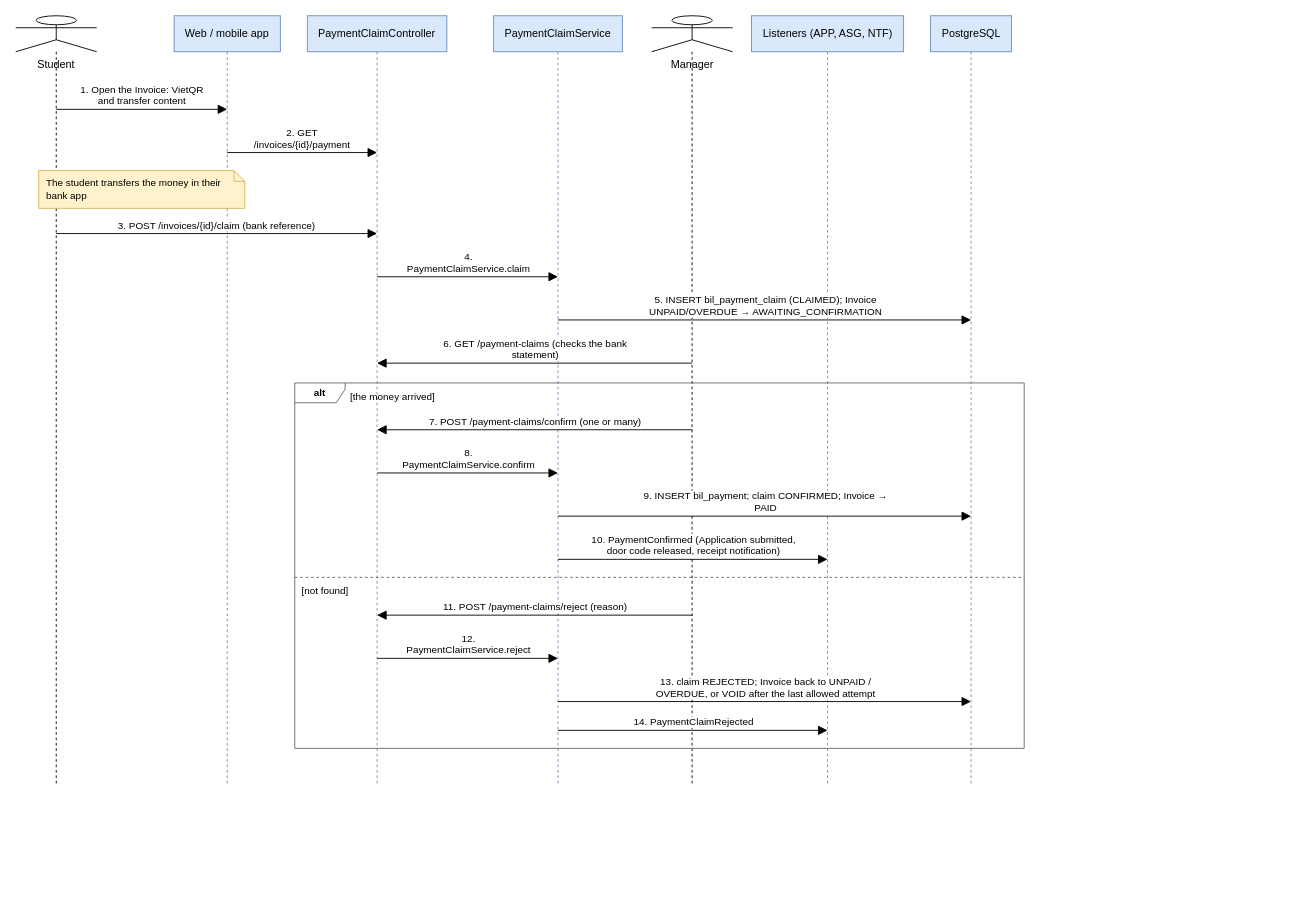
Above: docs/Diagrams/07_Sequence/seq-04-payment-claim.drawio in tisou47/CampusStay-FPT (draw.io), before the change. Source tidied: cells renumbered, new cells numbered last; positions are measured from the earlier drawing's top-left corner, leaving out a move shared by most shapes. Both pictures are drawn from the tidied source at 90%, with x=0, y=0 at pixel (15, 15).
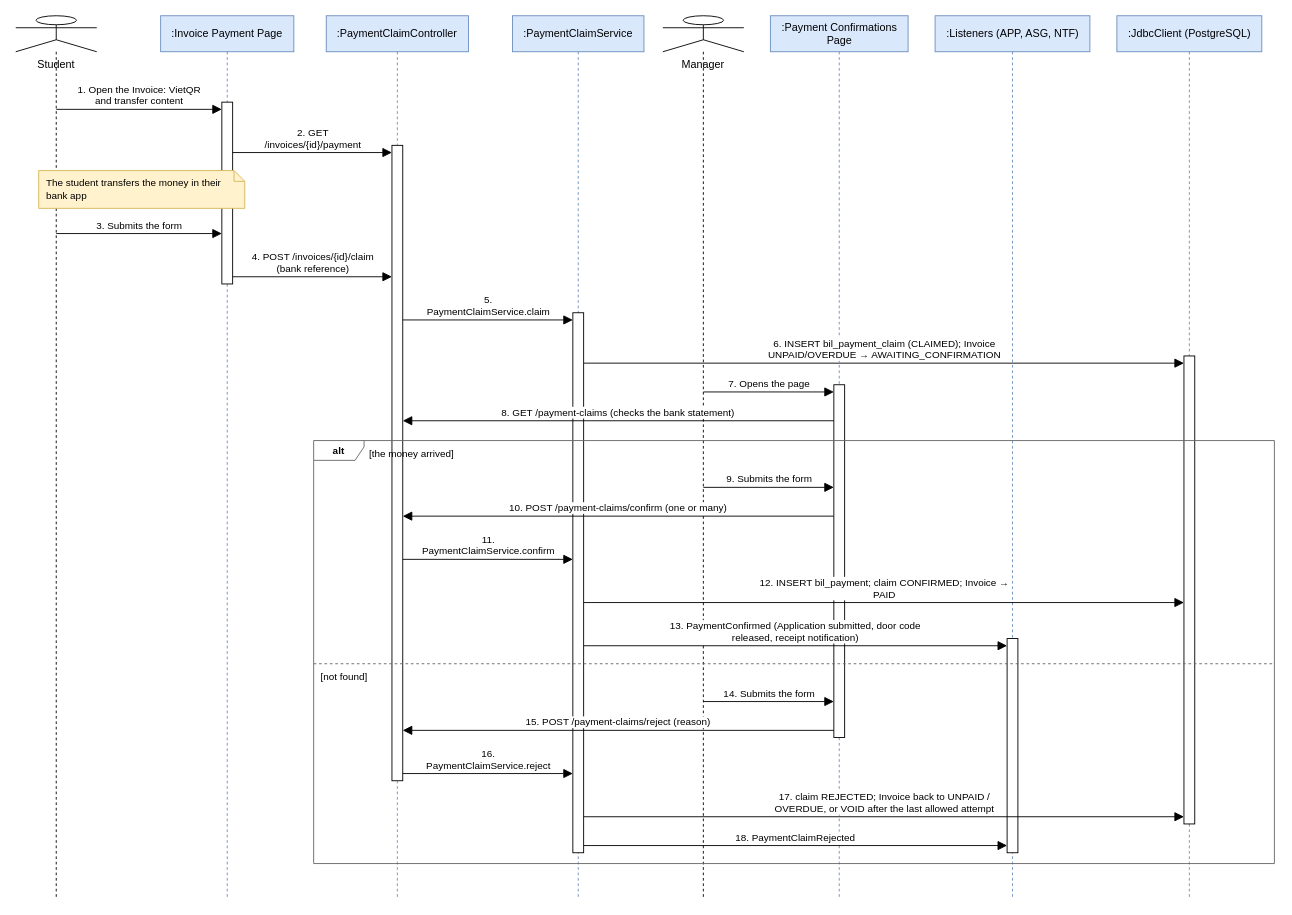
The same diagram, later.

Diff of the diagram source:
```diff
@@
     <mxCell id="2" value="Student" style="shape=umlLifeline;participant=umlActor;perimeter=lifelinePerimeter;size=40;verticalAlign=top;spacingTop=40;html=1;whiteSpace=wrap;fontSize=12;fontFamily=Helvetica;" parent="1" vertex="1">
-      <mxGeometry width="90" height="854" as="geometry" />
+      <mxGeometry width="90" height="982" as="geometry" />
     </mxCell>
-    <mxCell id="3" value="Web / mobile app" style="shape=umlLifeline;perimeter=lifelinePerimeter;size=40;html=1;whiteSpace=wrap;fontSize=12;fontFamily=Helvetica;fillColor=#dae8fc;strokeColor=#6c8ebf;" parent="1" vertex="1">
-      <mxGeometry x="176" width="118" height="854" as="geometry" />
-    </mxCell>
+    <mxCell id="28" value=":Invoice Payment Page" style="shape=umlLifeline;perimeter=lifelinePerimeter;size=40;html=1;whiteSpace=wrap;fontSize=12;fontFamily=Helvetica;fillColor=#dae8fc;strokeColor=#6c8ebf;" parent="1" vertex="1">
+      <mxGeometry x="161" width="148" height="982" as="geometry" />
+    </mxCell>
-    <mxCell id="4" value="PaymentClaimController" style="shape=umlLifeline;perimeter=lifelinePerimeter;size=40;html=1;whiteSpace=wrap;fontSize=12;fontFamily=Helvetica;fillColor=#dae8fc;strokeColor=#6c8ebf;" parent="1" vertex="1">
-      <mxGeometry x="324" width="155" height="854" as="geometry" />
+    <mxCell id="4" value=":PaymentClaimController" style="shape=umlLifeline;perimeter=lifelinePerimeter;size=40;html=1;whiteSpace=wrap;fontSize=12;fontFamily=Helvetica;fillColor=#dae8fc;strokeColor=#6c8ebf;" parent="1" vertex="1">
+      <mxGeometry x="345" width="158" height="982" as="geometry" />
     </mxCell>
-    <mxCell id="5" value="PaymentClaimService" style="shape=umlLifeline;perimeter=lifelinePerimeter;size=40;html=1;whiteSpace=wrap;fontSize=12;fontFamily=Helvetica;fillColor=#dae8fc;strokeColor=#6c8ebf;" parent="1" vertex="1">
-      <mxGeometry x="531" width="143" height="854" as="geometry" />
+    <mxCell id="5" value=":PaymentClaimService" style="shape=umlLifeline;perimeter=lifelinePerimeter;size=40;html=1;whiteSpace=wrap;fontSize=12;fontFamily=Helvetica;fillColor=#dae8fc;strokeColor=#6c8ebf;" parent="1" vertex="1">
+      <mxGeometry x="552" width="146" height="982" as="geometry" />
     </mxCell>
     <mxCell id="6" value="Manager" style="shape=umlLifeline;participant=umlActor;perimeter=lifelinePerimeter;size=40;verticalAlign=top;spacingTop=40;html=1;whiteSpace=wrap;fontSize=12;fontFamily=Helvetica;" parent="1" vertex="1">
-      <mxGeometry x="706.5" width="90" height="854" as="geometry" />
+      <mxGeometry x="719" width="90" height="982" as="geometry" />
     </mxCell>
+    <mxCell id="29" value=":Payment Confirmations&lt;br&gt;Page" style="shape=umlLifeline;perimeter=lifelinePerimeter;size=40;html=1;whiteSpace=wrap;fontSize=12;fontFamily=Helvetica;fillColor=#dae8fc;strokeColor=#6c8ebf;" parent="1" vertex="1">
+      <mxGeometry x="838.5" width="153" height="982" as="geometry" />
+    </mxCell>
-    <mxCell id="7" value="Listeners (APP, ASG, NTF)" style="shape=umlLifeline;perimeter=lifelinePerimeter;size=40;html=1;whiteSpace=wrap;fontSize=12;fontFamily=Helvetica;fillColor=#dae8fc;strokeColor=#6c8ebf;" parent="1" vertex="1">
-      <mxGeometry x="817.5" width="169" height="854" as="geometry" />
+    <mxCell id="7" value=":Listeners (APP, ASG, NTF)" style="shape=umlLifeline;perimeter=lifelinePerimeter;size=40;html=1;whiteSpace=wrap;fontSize=12;fontFamily=Helvetica;fillColor=#dae8fc;strokeColor=#6c8ebf;" parent="1" vertex="1">
+      <mxGeometry x="1021.5" width="172" height="982" as="geometry" />
     </mxCell>
-    <mxCell id="8" value="PostgreSQL" style="shape=umlLifeline;perimeter=lifelinePerimeter;size=40;html=1;whiteSpace=wrap;fontSize=12;fontFamily=Helvetica;fillColor=#dae8fc;strokeColor=#6c8ebf;" parent="1" vertex="1">
-      <mxGeometry x="1016.5" width="90" height="854" as="geometry" />
+    <mxCell id="8" value=":JdbcClient (PostgreSQL)" style="shape=umlLifeline;perimeter=lifelinePerimeter;size=40;html=1;whiteSpace=wrap;fontSize=12;fontFamily=Helvetica;fillColor=#dae8fc;strokeColor=#6c8ebf;" parent="1" vertex="1">
+      <mxGeometry x="1223.5" width="161" height="982" as="geometry" />
     </mxCell>
-    <mxCell id="9" value="1. Open the Invoice: VietQR&lt;br&gt;and transfer content" style="html=1;rounded=1;fontSize=11;fontFamily=Helvetica;labelBackgroundColor=#ffffff;verticalAlign=bottom;endArrow=block;endFill=1;endSize=8;" parent="1" edge="1">
-      <mxGeometry relative="1" as="geometry">
-        <mxPoint x="45" y="104" as="sourcePoint" />
-        <mxPoint x="235" y="104" as="targetPoint" />
-      </mxGeometry>
+    <mxCell id="9" style="rounded=0;whiteSpace=wrap;html=1;fillColor=#FFFFFF;strokeColor=#000000;" parent="1" vertex="1">
+      <mxGeometry x="229" y="96" width="12" height="202" as="geometry" />
     </mxCell>
-    <mxCell id="10" value="2. GET&lt;br&gt;/invoices/{id}/payment" style="html=1;rounded=1;fontSize=11;fontFamily=Helvetica;labelBackgroundColor=#ffffff;verticalAlign=bottom;endArrow=block;endFill=1;endSize=8;" parent="1" edge="1">
-      <mxGeometry relative="1" as="geometry">
-        <mxPoint x="235" y="152" as="sourcePoint" />
-        <mxPoint x="401.5" y="152" as="targetPoint" />
-      </mxGeometry>
+    <mxCell id="10" style="rounded=0;whiteSpace=wrap;html=1;fillColor=#FFFFFF;strokeColor=#000000;" parent="1" vertex="1">
+      <mxGeometry x="418" y="144" width="12" height="706" as="geometry" />
     </mxCell>
-    <mxCell id="11" value="The student transfers the money in their&lt;br&gt;bank app" style="shape=note;size=12;html=1;whiteSpace=wrap;fontSize=12;fontFamily=Helvetica;fillColor=#fff2cc;strokeColor=#d6b656;fontSize=11;align=left;spacingLeft=6;" parent="1" vertex="1">
-      <mxGeometry x="25.5" y="172" width="229" height="42" as="geometry" />
+    <mxCell id="11" style="rounded=0;whiteSpace=wrap;html=1;fillColor=#FFFFFF;strokeColor=#000000;" parent="1" vertex="1">
+      <mxGeometry x="619" y="330" width="12" height="600" as="geometry" />
     </mxCell>
-    <mxCell id="12" value="3. POST /invoices/{id}/claim (bank reference)" style="html=1;rounded=1;fontSize=11;fontFamily=Helvetica;labelBackgroundColor=#ffffff;verticalAlign=bottom;endArrow=block;endFill=1;endSize=8;" parent="1" edge="1">
-      <mxGeometry relative="1" as="geometry">
-        <mxPoint x="45" y="242" as="sourcePoint" />
-        <mxPoint x="401.5" y="242" as="targetPoint" />
-      </mxGeometry>
+    <mxCell id="12" style="rounded=0;whiteSpace=wrap;html=1;fillColor=#FFFFFF;strokeColor=#000000;" parent="1" vertex="1">
+      <mxGeometry x="1298" y="378" width="12" height="520" as="geometry" />
     </mxCell>
-    <mxCell id="13" value="4.&lt;br&gt;PaymentClaimService.claim" style="html=1;rounded=1;fontSize=11;fontFamily=Helvetica;labelBackgroundColor=#ffffff;verticalAlign=bottom;endArrow=block;endFill=1;endSize=8;" parent="1" edge="1">
-      <mxGeometry relative="1" as="geometry">
-        <mxPoint x="401.5" y="290" as="sourcePoint" />
-        <mxPoint x="602.5" y="290" as="targetPoint" />
-      </mxGeometry>
+    <mxCell id="13" style="rounded=0;whiteSpace=wrap;html=1;fillColor=#FFFFFF;strokeColor=#000000;" parent="1" vertex="1">
+      <mxGeometry x="909" y="410" width="12" height="392" as="geometry" />
     </mxCell>
-    <mxCell id="14" value="5. INSERT bil_payment_claim (CLAIMED); Invoice&lt;br&gt;UNPAID/OVERDUE → AWAITING_CONFIRMATION" style="html=1;rounded=1;fontSize=11;fontFamily=Helvetica;labelBackgroundColor=#ffffff;verticalAlign=bottom;endArrow=block;endFill=1;endSize=8;" parent="1" edge="1">
-      <mxGeometry relative="1" as="geometry">
-        <mxPoint x="602.5" y="338" as="sourcePoint" />
-        <mxPoint x="1061.5" y="338" as="targetPoint" />
-      </mxGeometry>
+    <mxCell id="14" style="rounded=0;whiteSpace=wrap;html=1;fillColor=#FFFFFF;strokeColor=#000000;" parent="1" vertex="1">
+      <mxGeometry x="1101.5" y="692" width="12" height="238" as="geometry" />
     </mxCell>
-    <mxCell id="15" value="6. GET /payment-claims (checks the bank&lt;br&gt;statement)" style="html=1;rounded=1;fontSize=11;fontFamily=Helvetica;labelBackgroundColor=#ffffff;verticalAlign=bottom;endArrow=block;endFill=1;endSize=8;" parent="1" edge="1">
+    <mxCell id="15" value="1. Open the Invoice: VietQR&lt;br&gt;and transfer content" style="html=1;rounded=1;fontSize=11;fontFamily=Helvetica;labelBackgroundColor=#ffffff;verticalAlign=bottom;endArrow=block;endFill=1;endSize=8;" parent="1" edge="1">
       <mxGeometry relative="1" as="geometry">
-        <mxPoint x="751.5" y="386" as="sourcePoint" />
-        <mxPoint x="401.5" y="386" as="targetPoint" />
+        <mxPoint x="45" y="104" as="sourcePoint" />
+        <mxPoint x="229" y="104" as="targetPoint" />
       </mxGeometry>
     </mxCell>
-    <mxCell id="16" value="7. POST /payment-claims/confirm (one or many)" style="html=1;rounded=1;fontSize=11;fontFamily=Helvetica;labelBackgroundColor=#ffffff;verticalAlign=bottom;endArrow=block;endFill=1;endSize=8;" parent="1" edge="1">
+    <mxCell id="16" value="2. GET&lt;br&gt;/invoices/{id}/payment" style="html=1;rounded=1;fontSize=11;fontFamily=Helvetica;labelBackgroundColor=#ffffff;verticalAlign=bottom;endArrow=block;endFill=1;endSize=8;" parent="1" edge="1">
       <mxGeometry relative="1" as="geometry">
-        <mxPoint x="751.5" y="460" as="sourcePoint" />
-        <mxPoint x="401.5" y="460" as="targetPoint" />
+        <mxPoint x="241" y="152" as="sourcePoint" />
+        <mxPoint x="418" y="152" as="targetPoint" />
       </mxGeometry>
     </mxCell>
-    <mxCell id="17" value="8.&lt;br&gt;PaymentClaimService.confirm" style="html=1;rounded=1;fontSize=11;fontFamily=Helvetica;labelBackgroundColor=#ffffff;verticalAlign=bottom;endArrow=block;endFill=1;endSize=8;" parent="1" edge="1">
-      <mxGeometry relative="1" as="geometry">
-        <mxPoint x="401.5" y="508" as="sourcePoint" />
-        <mxPoint x="602.5" y="508" as="targetPoint" />
-      </mxGeometry>
+    <mxCell id="17" value="The student transfers the money in their&lt;br&gt;bank app" style="shape=note;size=12;html=1;whiteSpace=wrap;fontSize=12;fontFamily=Helvetica;fillColor=#fff2cc;strokeColor=#d6b656;fontSize=11;align=left;spacingLeft=6;" parent="1" vertex="1">
+      <mxGeometry x="25.5" y="172" width="229" height="42" as="geometry" />
     </mxCell>
-    <mxCell id="18" value="9. INSERT bil_payment; claim CONFIRMED; Invoice →&lt;br&gt;PAID" style="html=1;rounded=1;fontSize=11;fontFamily=Helvetica;labelBackgroundColor=#ffffff;verticalAlign=bottom;endArrow=block;endFill=1;endSize=8;" parent="1" edge="1">
+    <mxCell id="18" value="3. Submits the form" style="html=1;rounded=1;fontSize=11;fontFamily=Helvetica;labelBackgroundColor=#ffffff;verticalAlign=bottom;endArrow=block;endFill=1;endSize=8;" parent="1" edge="1">
       <mxGeometry relative="1" as="geometry">
-        <mxPoint x="602.5" y="556" as="sourcePoint" />
-        <mxPoint x="1061.5" y="556" as="targetPoint" />
+        <mxPoint x="45" y="242" as="sourcePoint" />
+        <mxPoint x="229" y="242" as="targetPoint" />
       </mxGeometry>
     </mxCell>
-    <mxCell id="19" value="10. PaymentConfirmed (Application submitted,&lt;br&gt;door code released, receipt notification)" style="html=1;rounded=1;fontSize=11;fontFamily=Helvetica;labelBackgroundColor=#ffffff;verticalAlign=bottom;endArrow=block;endFill=1;endSize=8;" parent="1" edge="1">
+    <mxCell id="19" value="4. POST /invoices/{id}/claim&lt;br&gt;(bank reference)" style="html=1;rounded=1;fontSize=11;fontFamily=Helvetica;labelBackgroundColor=#ffffff;verticalAlign=bottom;endArrow=block;endFill=1;endSize=8;" parent="1" edge="1">
       <mxGeometry relative="1" as="geometry">
-        <mxPoint x="602.5" y="604" as="sourcePoint" />
-        <mxPoint x="902" y="604" as="targetPoint" />
+        <mxPoint x="241" y="290" as="sourcePoint" />
+        <mxPoint x="418" y="290" as="targetPoint" />
       </mxGeometry>
     </mxCell>
-    <mxCell id="20" value="11. POST /payment-claims/reject (reason)" style="html=1;rounded=1;fontSize=11;fontFamily=Helvetica;labelBackgroundColor=#ffffff;verticalAlign=bottom;endArrow=block;endFill=1;endSize=8;" parent="1" edge="1">
+    <mxCell id="20" value="5.&lt;br&gt;PaymentClaimService.claim" style="html=1;rounded=1;fontSize=11;fontFamily=Helvetica;labelBackgroundColor=#ffffff;verticalAlign=bottom;endArrow=block;endFill=1;endSize=8;" parent="1" edge="1">
       <mxGeometry relative="1" as="geometry">
-        <mxPoint x="751.5" y="666" as="sourcePoint" />
-        <mxPoint x="401.5" y="666" as="targetPoint" />
+        <mxPoint x="430" y="338" as="sourcePoint" />
+        <mxPoint x="619" y="338" as="targetPoint" />
       </mxGeometry>
     </mxCell>
-    <mxCell id="21" value="12.&lt;br&gt;PaymentClaimService.reject" style="html=1;rounded=1;fontSize=11;fontFamily=Helvetica;labelBackgroundColor=#ffffff;verticalAlign=bottom;endArrow=block;endFill=1;endSize=8;" parent="1" edge="1">
+    <mxCell id="21" value="6. INSERT bil_payment_claim (CLAIMED); Invoice&lt;br&gt;UNPAID/OVERDUE → AWAITING_CONFIRMATION" style="html=1;rounded=1;fontSize=11;fontFamily=Helvetica;labelBackgroundColor=#ffffff;verticalAlign=bottom;endArrow=block;endFill=1;endSize=8;" parent="1" edge="1">
       <mxGeometry relative="1" as="geometry">
-        <mxPoint x="401.5" y="714" as="sourcePoint" />
-        <mxPoint x="602.5" y="714" as="targetPoint" />
+        <mxPoint x="631" y="386" as="sourcePoint" />
+        <mxPoint x="1298" y="386" as="targetPoint" />
       </mxGeometry>
     </mxCell>
-    <mxCell id="22" value="13. claim REJECTED; Invoice back to UNPAID /&lt;br&gt;OVERDUE, or VOID after the last allowed attempt" style="html=1;rounded=1;fontSize=11;fontFamily=Helvetica;labelBackgroundColor=#ffffff;verticalAlign=bottom;endArrow=block;endFill=1;endSize=8;" parent="1" edge="1">
+    <mxCell id="22" value="7. Opens the page" style="html=1;rounded=1;fontSize=11;fontFamily=Helvetica;labelBackgroundColor=#ffffff;verticalAlign=bottom;endArrow=block;endFill=1;endSize=8;" parent="1" edge="1">
       <mxGeometry relative="1" as="geometry">
-        <mxPoint x="602.5" y="762" as="sourcePoint" />
-        <mxPoint x="1061.5" y="762" as="targetPoint" />
+        <mxPoint x="764" y="418" as="sourcePoint" />
+        <mxPoint x="909" y="418" as="targetPoint" />
       </mxGeometry>
     </mxCell>
-    <mxCell id="23" value="14. PaymentClaimRejected" style="html=1;rounded=1;fontSize=11;fontFamily=Helvetica;labelBackgroundColor=#ffffff;verticalAlign=bottom;endArrow=block;endFill=1;endSize=8;" parent="1" edge="1">
+    <mxCell id="23" value="8. GET /payment-claims (checks the bank statement)" style="html=1;rounded=1;fontSize=11;fontFamily=Helvetica;labelBackgroundColor=#ffffff;verticalAlign=bottom;endArrow=block;endFill=1;endSize=8;" parent="1" edge="1">
       <mxGeometry relative="1" as="geometry">
-        <mxPoint x="602.5" y="794" as="sourcePoint" />
-        <mxPoint x="902" y="794" as="targetPoint" />
+        <mxPoint x="909" y="450" as="sourcePoint" />
+        <mxPoint x="430" y="450" as="targetPoint" />
       </mxGeometry>
     </mxCell>
-    <mxCell id="24" value="alt" style="shape=umlFrame;whiteSpace=wrap;html=1;width=56;height=22;fontSize=11;fontStyle=1;fillColor=none;strokeColor=#666666;" parent="1" vertex="1">
-      <mxGeometry x="310" y="408" width="810.5" height="406" as="geometry" />
+    <mxCell id="24" value="9. Submits the form" style="html=1;rounded=1;fontSize=11;fontFamily=Helvetica;labelBackgroundColor=#ffffff;verticalAlign=bottom;endArrow=block;endFill=1;endSize=8;" parent="1" edge="1">
+      <mxGeometry relative="1" as="geometry">
+        <mxPoint x="764" y="524" as="sourcePoint" />
+        <mxPoint x="909" y="524" as="targetPoint" />
+      </mxGeometry>
     </mxCell>
-    <mxCell id="25" value="[the money arrived]" style="text;html=1;whiteSpace=wrap;fontSize=12;fontFamily=Helvetica;align=left;verticalAlign=top;fillColor=none;strokeColor=none;fontSize=11;" parent="1" vertex="1">
-      <mxGeometry x="370" y="410" width="126" height="20" as="geometry" />
+    <mxCell id="25" value="10. POST /payment-claims/confirm (one or many)" style="html=1;rounded=1;fontSize=11;fontFamily=Helvetica;labelBackgroundColor=#ffffff;verticalAlign=bottom;endArrow=block;endFill=1;endSize=8;" parent="1" edge="1">
+      <mxGeometry relative="1" as="geometry">
+        <mxPoint x="909" y="556" as="sourcePoint" />
+        <mxPoint x="430" y="556" as="targetPoint" />
+      </mxGeometry>
     </mxCell>
-    <mxCell id="26" style="html=1;rounded=1;fontSize=11;fontFamily=Helvetica;labelBackgroundColor=#ffffff;endArrow=none;dashed=1;strokeColor=#666666;" parent="1" edge="1">
+    <mxCell id="26" value="11.&lt;br&gt;PaymentClaimService.confirm" style="html=1;rounded=1;fontSize=11;fontFamily=Helvetica;labelBackgroundColor=#ffffff;verticalAlign=bottom;endArrow=block;endFill=1;endSize=8;" parent="1" edge="1">
       <mxGeometry relative="1" as="geometry">
-        <mxPoint x="310" y="624" as="sourcePoint" />
-        <mxPoint x="1120.5" y="624" as="targetPoint" />
+        <mxPoint x="430" y="604" as="sourcePoint" />
+        <mxPoint x="619" y="604" as="targetPoint" />
       </mxGeometry>
     </mxCell>
-    <mxCell id="27" value="[not found]" style="text;html=1;whiteSpace=wrap;fontSize=12;fontFamily=Helvetica;align=left;verticalAlign=top;fillColor=none;strokeColor=none;fontSize=11;" parent="1" vertex="1">
-      <mxGeometry x="316" y="626" width="80" height="20" as="geometry" />
+    <mxCell id="27" value="12. INSERT bil_payment; claim CONFIRMED; Invoice →&lt;br&gt;PAID" style="html=1;rounded=1;fontSize=11;fontFamily=Helvetica;labelBackgroundColor=#ffffff;verticalAlign=bottom;endArrow=block;endFill=1;endSize=8;" parent="1" edge="1">
+      <mxGeometry relative="1" as="geometry">
+        <mxPoint x="631" y="652" as="sourcePoint" />
+        <mxPoint x="1298" y="652" as="targetPoint" />
+      </mxGeometry>
     </mxCell>
+    <mxCell id="30" value="13. PaymentConfirmed (Application submitted, door code&lt;br&gt;released, receipt notification)" style="html=1;rounded=1;fontSize=11;fontFamily=Helvetica;labelBackgroundColor=#ffffff;verticalAlign=bottom;endArrow=block;endFill=1;endSize=8;" parent="1" edge="1">
+      <mxGeometry relative="1" as="geometry">
+        <mxPoint x="631" y="700" as="sourcePoint" />
+        <mxPoint x="1101.5" y="700" as="targetPoint" />
+      </mxGeometry>
+    </mxCell>
+    <mxCell id="31" value="14. Submits the form" style="html=1;rounded=1;fontSize=11;fontFamily=Helvetica;labelBackgroundColor=#ffffff;verticalAlign=bottom;endArrow=block;endFill=1;endSize=8;" parent="1" edge="1">
+      <mxGeometry relative="1" as="geometry">
+        <mxPoint x="764" y="762" as="sourcePoint" />
+        <mxPoint x="909" y="762" as="targetPoint" />
+      </mxGeometry>
+    </mxCell>
+    <mxCell id="32" value="15. POST /payment-claims/reject (reason)" style="html=1;rounded=1;fontSize=11;fontFamily=Helvetica;labelBackgroundColor=#ffffff;verticalAlign=bottom;endArrow=block;endFill=1;endSize=8;" parent="1" edge="1">
+      <mxGeometry relative="1" as="geometry">
+        <mxPoint x="909" y="794" as="sourcePoint" />
+        <mxPoint x="430" y="794" as="targetPoint" />
+      </mxGeometry>
+    </mxCell>
+    <mxCell id="33" value="16.&lt;br&gt;PaymentClaimService.reject" style="html=1;rounded=1;fontSize=11;fontFamily=Helvetica;labelBackgroundColor=#ffffff;verticalAlign=bottom;endArrow=block;endFill=1;endSize=8;" parent="1" edge="1">
+      <mxGeometry relative="1" as="geometry">
+        <mxPoint x="430" y="842" as="sourcePoint" />
+        <mxPoint x="619" y="842" as="targetPoint" />
+      </mxGeometry>
+    </mxCell>
+    <mxCell id="34" value="17. claim REJECTED; Invoice back to UNPAID /&lt;br&gt;OVERDUE, or VOID after the last allowed attempt" style="html=1;rounded=1;fontSize=11;fontFamily=Helvetica;labelBackgroundColor=#ffffff;verticalAlign=bottom;endArrow=block;endFill=1;endSize=8;" parent="1" edge="1">
+      <mxGeometry relative="1" as="geometry">
+        <mxPoint x="631" y="890" as="sourcePoint" />
+        <mxPoint x="1298" y="890" as="targetPoint" />
+      </mxGeometry>
+    </mxCell>
+    <mxCell id="35" value="18. PaymentClaimRejected" style="html=1;rounded=1;fontSize=11;fontFamily=Helvetica;labelBackgroundColor=#ffffff;verticalAlign=bottom;endArrow=block;endFill=1;endSize=8;" parent="1" edge="1">
+      <mxGeometry relative="1" as="geometry">
+        <mxPoint x="631" y="922" as="sourcePoint" />
+        <mxPoint x="1101.5" y="922" as="targetPoint" />
+      </mxGeometry>
+    </mxCell>
+    <mxCell id="36" value="alt" style="shape=umlFrame;whiteSpace=wrap;html=1;width=56;height=22;fontSize=11;fontStyle=1;fillColor=none;strokeColor=#666666;" parent="1" vertex="1">
+      <mxGeometry x="331" y="472" width="1067.5" height="470" as="geometry" />
+    </mxCell>
+    <mxCell id="37" value="[the money arrived]" style="text;html=1;whiteSpace=wrap;fontSize=12;fontFamily=Helvetica;align=left;verticalAlign=top;fillColor=none;strokeColor=none;fontSize=11;" parent="1" vertex="1">
+      <mxGeometry x="391" y="474" width="126" height="20" as="geometry" />
+    </mxCell>
+    <mxCell id="38" style="html=1;rounded=1;fontSize=11;fontFamily=Helvetica;labelBackgroundColor=#ffffff;endArrow=none;dashed=1;strokeColor=#666666;" parent="1" edge="1">
+      <mxGeometry relative="1" as="geometry">
+        <mxPoint x="331" y="720" as="sourcePoint" />
+        <mxPoint x="1398.5" y="720" as="targetPoint" />
+      </mxGeometry>
+    </mxCell>
+    <mxCell id="39" value="[not found]" style="text;html=1;whiteSpace=wrap;fontSize=12;fontFamily=Helvetica;align=left;verticalAlign=top;fillColor=none;strokeColor=none;fontSize=11;" parent="1" vertex="1">
+      <mxGeometry x="337" y="722" width="80" height="20" as="geometry" />
+    </mxCell>
```
